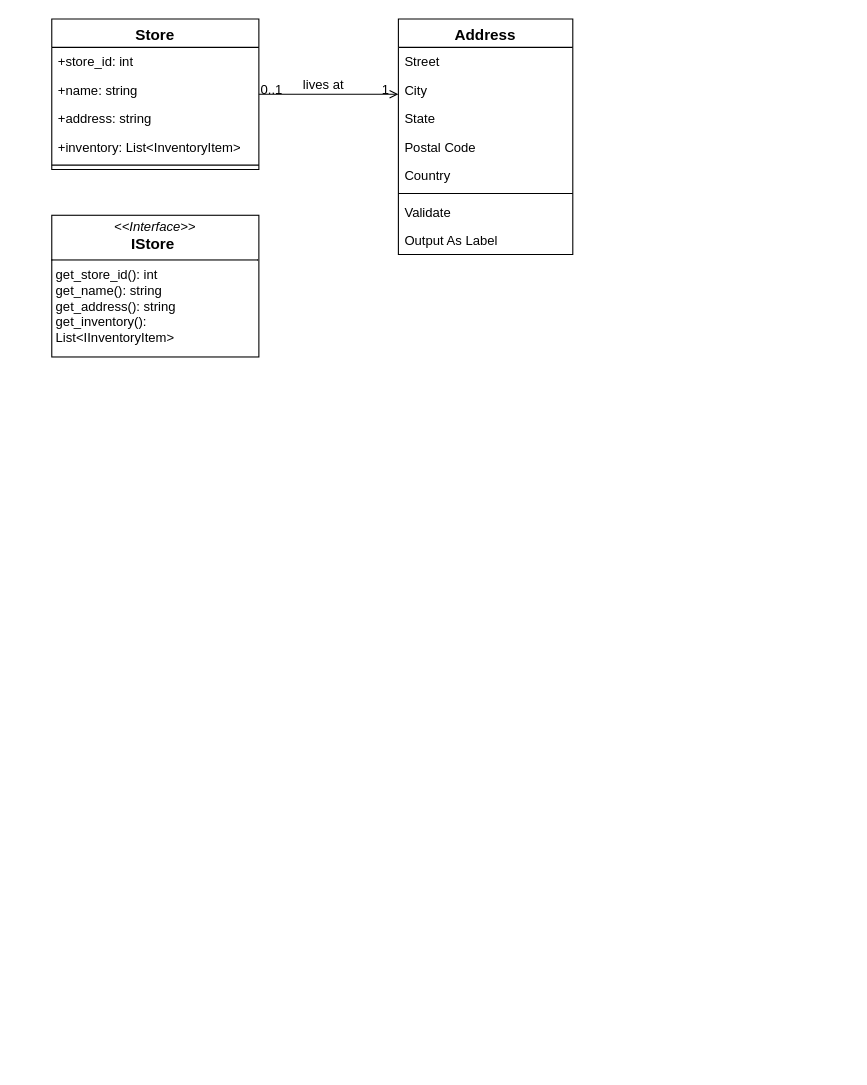
geeky-sanjay/class-diagrams keeps this draw.io diagram as Quick Commerce platform Class Diagram.drawio. Above is the earlier version. Source tidied: cells renumbered, new cells numbered last; positions are measured from the earlier drawing's top-left corner, leaving out a move shared by most shapes. Both pictures are drawn from the tidied source at 109%, with x=0, y=0 at pixel (51, 19).
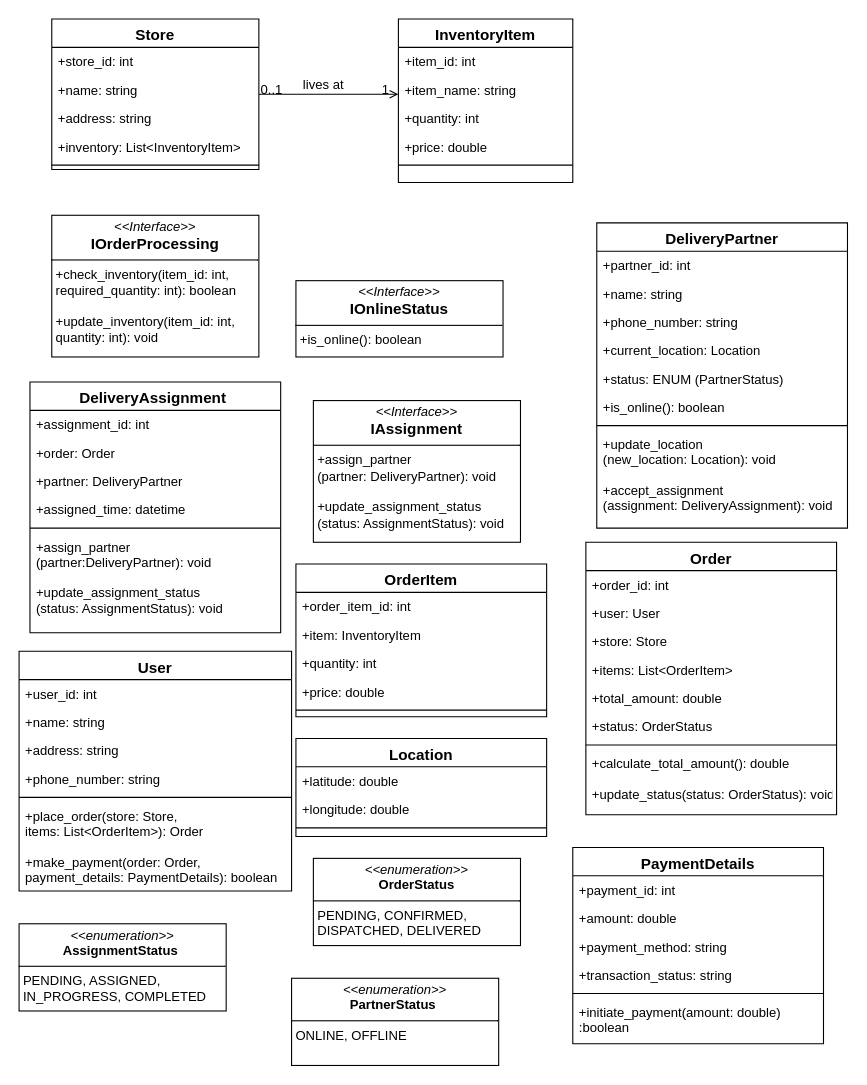
Above is the later version.

Diff of the diagram source:
```diff
@@
-    <mxCell id="8" value="Address" style="swimlane;fontStyle=1;align=center;verticalAlign=top;horizontal=1;startSize=26;rounded=0;shadow=0;strokeWidth=1;fontSize=14;" parent="1" vertex="1">
-      <mxGeometry x="318" width="160" height="216" as="geometry" />
+    <mxCell id="8" value="InventoryItem " style="swimlane;fontStyle=1;align=center;verticalAlign=top;horizontal=1;startSize=26;rounded=0;shadow=0;strokeWidth=1;fontSize=14;" parent="1" vertex="1">
+      <mxGeometry x="318" width="160" height="150" as="geometry" />
     </mxCell>
-    <mxCell id="9" value="Street" style="text;align=left;verticalAlign=top;spacingLeft=4;spacingRight=4;overflow=hidden;" parent="8" vertex="1">
+    <mxCell id="9" value="+item_id: int" style="text;align=left;verticalAlign=top;spacingLeft=4;spacingRight=4;overflow=hidden;" parent="8" vertex="1">
       <mxGeometry y="26" width="160" height="26" as="geometry" />
     </mxCell>
-    <mxCell id="10" value="City" style="text;align=left;verticalAlign=top;spacingLeft=4;spacingRight=4;overflow=hidden;rounded=0;shadow=0;html=0;" parent="8" vertex="1">
+    <mxCell id="10" value="+item_name: string" style="text;align=left;verticalAlign=top;spacingLeft=4;spacingRight=4;overflow=hidden;rounded=0;shadow=0;html=0;" parent="8" vertex="1">
       <mxGeometry y="52" width="160" height="26" as="geometry" />
     </mxCell>
-    <mxCell id="11" value="State" style="text;align=left;verticalAlign=top;spacingLeft=4;spacingRight=4;overflow=hidden;rounded=0;shadow=0;html=0;" parent="8" vertex="1">
+    <mxCell id="11" value="+quantity: int" style="text;align=left;verticalAlign=top;spacingLeft=4;spacingRight=4;overflow=hidden;rounded=0;shadow=0;html=0;" parent="8" vertex="1">
       <mxGeometry y="78" width="160" height="26" as="geometry" />
     </mxCell>
-    <mxCell id="12" value="Postal Code" style="text;align=left;verticalAlign=top;spacingLeft=4;spacingRight=4;overflow=hidden;rounded=0;shadow=0;html=0;" parent="8" vertex="1">
+    <mxCell id="12" value="+price: double" style="text;align=left;verticalAlign=top;spacingLeft=4;spacingRight=4;overflow=hidden;rounded=0;shadow=0;html=0;" parent="8" vertex="1">
       <mxGeometry y="104" width="160" height="26" as="geometry" />
     </mxCell>
-    <mxCell id="13" value="Country" style="text;align=left;verticalAlign=top;spacingLeft=4;spacingRight=4;overflow=hidden;rounded=0;shadow=0;html=0;" parent="8" vertex="1">
-      <mxGeometry y="130" width="160" height="26" as="geometry" />
-    </mxCell>
     <mxCell id="14" style="line;html=1;strokeWidth=1;align=left;verticalAlign=middle;spacingTop=-1;spacingLeft=3;spacingRight=3;labelPosition=right;" parent="8" vertex="1">
-      <mxGeometry y="156" width="160" height="8" as="geometry" />
+      <mxGeometry y="130" width="160" height="8" as="geometry" />
     </mxCell>
-    <mxCell id="15" value="Validate" style="text;align=left;verticalAlign=top;spacingLeft=4;spacingRight=4;overflow=hidden;" parent="8" vertex="1">
-      <mxGeometry y="164" width="160" height="26" as="geometry" />
-    </mxCell>
-    <mxCell id="16" value="Output As Label" style="text;align=left;verticalAlign=top;spacingLeft=4;spacingRight=4;overflow=hidden;" parent="8" vertex="1">
-      <mxGeometry y="190" width="160" height="26" as="geometry" />
-    </mxCell>
@@
-    <mxCell id="21" value="&lt;p style=&quot;margin:0px;margin-top:4px;text-align:center;&quot;&gt;&lt;i&gt;&amp;lt;&amp;lt;Interface&amp;gt;&amp;gt;&lt;/i&gt;&lt;br&gt;&lt;b&gt;&lt;font style=&quot;font-size: 14px;&quot;&gt;IStore&amp;nbsp;&lt;/font&gt;&lt;/b&gt;&lt;br&gt;&lt;/p&gt;&lt;hr size=&quot;1&quot; style=&quot;border-style:solid;&quot;&gt;&lt;p style=&quot;margin:0px;margin-left:4px;&quot;&gt;get_store_id(): int&lt;br&gt;&lt;/p&gt;&lt;p style=&quot;margin:0px;margin-left:4px;&quot;&gt;get_name(): string&lt;br&gt;get_address(): string&lt;br&gt;get_inventory(): List&amp;lt;IInventoryItem&amp;gt;&lt;br&gt;&lt;/p&gt;" style="verticalAlign=top;align=left;overflow=fill;html=1;whiteSpace=wrap;" parent="1" vertex="1">
+    <mxCell id="21" value="&lt;p style=&quot;margin:0px;margin-top:4px;text-align:center;&quot;&gt;&lt;i&gt;&amp;lt;&amp;lt;Interface&amp;gt;&amp;gt;&lt;/i&gt;&lt;br&gt;&lt;b&gt;&lt;font style=&quot;font-size: 14px;&quot;&gt;IOrderProcessing&lt;/font&gt;&lt;/b&gt;&lt;br&gt;&lt;/p&gt;&lt;hr size=&quot;1&quot; style=&quot;border-style:solid;&quot;&gt;&lt;p style=&quot;margin:0px;margin-left:4px;&quot;&gt;+check_inventory(item_id: int, required_quantity: int): boolean&lt;br&gt;&lt;/p&gt;&lt;p style=&quot;margin:0px;margin-left:4px;&quot;&gt;&lt;br&gt;&lt;/p&gt;&lt;p style=&quot;margin:0px;margin-left:4px;&quot;&gt;+update_inventory(item_id: int, quantity: int): void&lt;br&gt;&lt;/p&gt;" style="verticalAlign=top;align=left;overflow=fill;html=1;whiteSpace=wrap;" parent="1" vertex="1">
       <mxGeometry y="180" width="190" height="130" as="geometry" />
     </mxCell>
+    <mxCell id="22" value="&lt;p style=&quot;margin:0px;margin-top:4px;text-align:center;&quot;&gt;&lt;i&gt;&amp;lt;&amp;lt;Interface&amp;gt;&amp;gt;&lt;/i&gt;&lt;br&gt;&lt;b&gt;&lt;font style=&quot;font-size: 14px;&quot;&gt;IOnlineStatus&lt;/font&gt;&lt;/b&gt;&lt;br&gt;&lt;/p&gt;&lt;hr size=&quot;1&quot; style=&quot;border-style:solid;&quot;&gt;&lt;p style=&quot;margin:0px;margin-left:4px;&quot;&gt;+is_online(): boolean&lt;br&gt;&lt;/p&gt;" style="verticalAlign=top;align=left;overflow=fill;html=1;whiteSpace=wrap;" parent="1" vertex="1">
+      <mxGeometry x="224" y="240" width="190" height="70" as="geometry" />
+    </mxCell>
+    <mxCell id="23" value="DeliveryPartner" style="swimlane;fontStyle=1;align=center;verticalAlign=top;horizontal=1;startSize=26;rounded=0;shadow=0;strokeWidth=1;fontSize=14;" parent="1" vertex="1">
+      <mxGeometry x="500" y="187" width="230" height="280" as="geometry" />
+    </mxCell>
+    <mxCell id="24" value="+partner_id: int" style="text;align=left;verticalAlign=top;spacingLeft=4;spacingRight=4;overflow=hidden;" parent="23" vertex="1">
+      <mxGeometry y="26" width="230" height="26" as="geometry" />
+    </mxCell>
+    <mxCell id="25" value="+name: string" style="text;align=left;verticalAlign=top;spacingLeft=4;spacingRight=4;overflow=hidden;rounded=0;shadow=0;html=0;" parent="23" vertex="1">
+      <mxGeometry y="52" width="230" height="26" as="geometry" />
+    </mxCell>
+    <mxCell id="26" value="+phone_number: string" style="text;align=left;verticalAlign=top;spacingLeft=4;spacingRight=4;overflow=hidden;rounded=0;shadow=0;html=0;" parent="23" vertex="1">
+      <mxGeometry y="78" width="230" height="26" as="geometry" />
+    </mxCell>
+    <mxCell id="27" value="+current_location: Location" style="text;align=left;verticalAlign=top;spacingLeft=4;spacingRight=4;overflow=hidden;rounded=0;shadow=0;html=0;" parent="23" vertex="1">
+      <mxGeometry y="104" width="230" height="26" as="geometry" />
+    </mxCell>
+    <mxCell id="28" value="+status: ENUM (PartnerStatus)" style="text;align=left;verticalAlign=top;spacingLeft=4;spacingRight=4;overflow=hidden;rounded=0;shadow=0;html=0;" parent="23" vertex="1">
+      <mxGeometry y="130" width="230" height="26" as="geometry" />
+    </mxCell>
+    <mxCell id="29" value="+is_online(): boolean" style="text;align=left;verticalAlign=top;spacingLeft=4;spacingRight=4;overflow=hidden;rounded=0;shadow=0;html=0;" parent="23" vertex="1">
+      <mxGeometry y="156" width="230" height="26" as="geometry" />
+    </mxCell>
+    <mxCell id="30" style="line;html=1;strokeWidth=1;align=left;verticalAlign=middle;spacingTop=-1;spacingLeft=3;spacingRight=3;labelPosition=right;" parent="23" vertex="1">
+      <mxGeometry y="182" width="230" height="8" as="geometry" />
+    </mxCell>
+    <mxCell id="31" value="+update_location&#10;(new_location: Location): void&#10;&#10;+accept_assignment&#10;(assignment: DeliveryAssignment): void" style="text;align=left;verticalAlign=top;spacingLeft=4;spacingRight=4;overflow=hidden;" parent="23" vertex="1">
+      <mxGeometry y="190" width="230" height="90" as="geometry" />
+    </mxCell>
+    <mxCell id="32" value="DeliveryAssignment " style="swimlane;fontStyle=1;align=center;verticalAlign=top;horizontal=1;startSize=26;rounded=0;shadow=0;strokeWidth=1;fontSize=14;" parent="1" vertex="1">
+      <mxGeometry x="-20" y="333" width="230" height="230" as="geometry" />
+    </mxCell>
+    <mxCell id="33" value="+assignment_id: int" style="text;align=left;verticalAlign=top;spacingLeft=4;spacingRight=4;overflow=hidden;" parent="32" vertex="1">
+      <mxGeometry y="26" width="230" height="26" as="geometry" />
+    </mxCell>
+    <mxCell id="34" value="+order: Order" style="text;align=left;verticalAlign=top;spacingLeft=4;spacingRight=4;overflow=hidden;rounded=0;shadow=0;html=0;" parent="32" vertex="1">
+      <mxGeometry y="52" width="230" height="26" as="geometry" />
+    </mxCell>
+    <mxCell id="35" value="+partner: DeliveryPartner" style="text;align=left;verticalAlign=top;spacingLeft=4;spacingRight=4;overflow=hidden;rounded=0;shadow=0;html=0;" parent="32" vertex="1">
+      <mxGeometry y="78" width="230" height="26" as="geometry" />
+    </mxCell>
+    <mxCell id="36" value="+assigned_time: datetime" style="text;align=left;verticalAlign=top;spacingLeft=4;spacingRight=4;overflow=hidden;rounded=0;shadow=0;html=0;" parent="32" vertex="1">
+      <mxGeometry y="104" width="230" height="26" as="geometry" />
+    </mxCell>
+    <mxCell id="37" style="line;html=1;strokeWidth=1;align=left;verticalAlign=middle;spacingTop=-1;spacingLeft=3;spacingRight=3;labelPosition=right;" parent="32" vertex="1">
+      <mxGeometry y="130" width="230" height="8" as="geometry" />
+    </mxCell>
+    <mxCell id="38" value="+assign_partner&#10;(partner:DeliveryPartner): void&#10;&#10;+update_assignment_status&#10;(status: AssignmentStatus): void&#10;" style="text;align=left;verticalAlign=top;spacingLeft=4;spacingRight=4;overflow=hidden;" parent="32" vertex="1">
+      <mxGeometry y="138" width="230" height="92" as="geometry" />
+    </mxCell>
+    <mxCell id="39" value="&lt;p style=&quot;margin:0px;margin-top:4px;text-align:center;&quot;&gt;&lt;i&gt;&amp;lt;&amp;lt;Interface&amp;gt;&amp;gt;&lt;/i&gt;&lt;br&gt;&lt;span style=&quot;font-size: 14px;&quot;&gt;&lt;b&gt;IAssignment&lt;/b&gt;&lt;/span&gt;&lt;br&gt;&lt;/p&gt;&lt;hr size=&quot;1&quot; style=&quot;border-style:solid;&quot;&gt;&lt;p style=&quot;margin:0px;margin-left:4px;&quot;&gt;+assign_partner&lt;br&gt;(partner: DeliveryPartner): void&lt;br&gt;&lt;br&gt;&lt;/p&gt;&lt;p style=&quot;margin:0px;margin-left:4px;&quot;&gt;+update_assignment_status&lt;br&gt;(status: AssignmentStatus): void&lt;/p&gt;" style="verticalAlign=top;align=left;overflow=fill;html=1;whiteSpace=wrap;" parent="1" vertex="1">
+      <mxGeometry x="240" y="350" width="190" height="130" as="geometry" />
+    </mxCell>
+    <mxCell id="40" value="Order" style="swimlane;fontStyle=1;align=center;verticalAlign=top;horizontal=1;startSize=26;rounded=0;shadow=0;strokeWidth=1;fontSize=14;" parent="1" vertex="1">
+      <mxGeometry x="490" y="480" width="230" height="250" as="geometry" />
+    </mxCell>
+    <mxCell id="41" value="+order_id: int" style="text;align=left;verticalAlign=top;spacingLeft=4;spacingRight=4;overflow=hidden;" parent="40" vertex="1">
+      <mxGeometry y="26" width="230" height="26" as="geometry" />
+    </mxCell>
+    <mxCell id="42" value="+user: User" style="text;align=left;verticalAlign=top;spacingLeft=4;spacingRight=4;overflow=hidden;rounded=0;shadow=0;html=0;" parent="40" vertex="1">
+      <mxGeometry y="52" width="230" height="26" as="geometry" />
+    </mxCell>
+    <mxCell id="43" value="+store: Store" style="text;align=left;verticalAlign=top;spacingLeft=4;spacingRight=4;overflow=hidden;rounded=0;shadow=0;html=0;" parent="40" vertex="1">
+      <mxGeometry y="78" width="230" height="26" as="geometry" />
+    </mxCell>
+    <mxCell id="44" value="+items: List&lt;OrderItem&gt;" style="text;align=left;verticalAlign=top;spacingLeft=4;spacingRight=4;overflow=hidden;rounded=0;shadow=0;html=0;" parent="40" vertex="1">
+      <mxGeometry y="104" width="230" height="26" as="geometry" />
+    </mxCell>
+    <mxCell id="45" value="+total_amount: double" style="text;align=left;verticalAlign=top;spacingLeft=4;spacingRight=4;overflow=hidden;rounded=0;shadow=0;html=0;" parent="40" vertex="1">
+      <mxGeometry y="130" width="230" height="26" as="geometry" />
+    </mxCell>
+    <mxCell id="46" value="+status: OrderStatus" style="text;align=left;verticalAlign=top;spacingLeft=4;spacingRight=4;overflow=hidden;rounded=0;shadow=0;html=0;" parent="40" vertex="1">
+      <mxGeometry y="156" width="230" height="26" as="geometry" />
+    </mxCell>
+    <mxCell id="47" style="line;html=1;strokeWidth=1;align=left;verticalAlign=middle;spacingTop=-1;spacingLeft=3;spacingRight=3;labelPosition=right;" parent="40" vertex="1">
+      <mxGeometry y="182" width="230" height="8" as="geometry" />
+    </mxCell>
+    <mxCell id="48" value="+calculate_total_amount(): double&#10;&#10;+update_status(status: OrderStatus): void" style="text;align=left;verticalAlign=top;spacingLeft=4;spacingRight=4;overflow=hidden;" parent="40" vertex="1">
+      <mxGeometry y="190" width="230" height="60" as="geometry" />
+    </mxCell>
+    <mxCell id="49" value="OrderItem" style="swimlane;fontStyle=1;align=center;verticalAlign=top;horizontal=1;startSize=26;rounded=0;shadow=0;strokeWidth=1;fontSize=14;" parent="1" vertex="1">
+      <mxGeometry x="224" y="500" width="230" height="140" as="geometry" />
+    </mxCell>
+    <mxCell id="50" value="+order_item_id: int" style="text;align=left;verticalAlign=top;spacingLeft=4;spacingRight=4;overflow=hidden;" parent="49" vertex="1">
+      <mxGeometry y="26" width="230" height="26" as="geometry" />
+    </mxCell>
+    <mxCell id="51" value="+item: InventoryItem" style="text;align=left;verticalAlign=top;spacingLeft=4;spacingRight=4;overflow=hidden;rounded=0;shadow=0;html=0;" parent="49" vertex="1">
+      <mxGeometry y="52" width="230" height="26" as="geometry" />
+    </mxCell>
+    <mxCell id="52" value="+quantity: int" style="text;align=left;verticalAlign=top;spacingLeft=4;spacingRight=4;overflow=hidden;rounded=0;shadow=0;html=0;" parent="49" vertex="1">
+      <mxGeometry y="78" width="230" height="26" as="geometry" />
+    </mxCell>
+    <mxCell id="53" value="+price: double" style="text;align=left;verticalAlign=top;spacingLeft=4;spacingRight=4;overflow=hidden;rounded=0;shadow=0;html=0;" parent="49" vertex="1">
+      <mxGeometry y="104" width="230" height="26" as="geometry" />
+    </mxCell>
+    <mxCell id="54" style="line;html=1;strokeWidth=1;align=left;verticalAlign=middle;spacingTop=-1;spacingLeft=3;spacingRight=3;labelPosition=right;" parent="49" vertex="1">
+      <mxGeometry y="130" width="230" height="8" as="geometry" />
+    </mxCell>
+    <mxCell id="55" value="User" style="swimlane;fontStyle=1;align=center;verticalAlign=top;horizontal=1;startSize=26;rounded=0;shadow=0;strokeWidth=1;fontSize=14;" parent="1" vertex="1">
+      <mxGeometry x="-30" y="580" width="250" height="220" as="geometry" />
+    </mxCell>
+    <mxCell id="56" value="+user_id: int" style="text;align=left;verticalAlign=top;spacingLeft=4;spacingRight=4;overflow=hidden;" parent="55" vertex="1">
+      <mxGeometry y="26" width="250" height="26" as="geometry" />
+    </mxCell>
+    <mxCell id="57" value="+name: string" style="text;align=left;verticalAlign=top;spacingLeft=4;spacingRight=4;overflow=hidden;rounded=0;shadow=0;html=0;" parent="55" vertex="1">
+      <mxGeometry y="52" width="250" height="26" as="geometry" />
+    </mxCell>
+    <mxCell id="58" value="+address: string" style="text;align=left;verticalAlign=top;spacingLeft=4;spacingRight=4;overflow=hidden;rounded=0;shadow=0;html=0;" parent="55" vertex="1">
+      <mxGeometry y="78" width="250" height="26" as="geometry" />
+    </mxCell>
+    <mxCell id="59" value="+phone_number: string" style="text;align=left;verticalAlign=top;spacingLeft=4;spacingRight=4;overflow=hidden;rounded=0;shadow=0;html=0;" parent="55" vertex="1">
+      <mxGeometry y="104" width="250" height="26" as="geometry" />
+    </mxCell>
+    <mxCell id="60" style="line;html=1;strokeWidth=1;align=left;verticalAlign=middle;spacingTop=-1;spacingLeft=3;spacingRight=3;labelPosition=right;" parent="55" vertex="1">
+      <mxGeometry y="130" width="250" height="8" as="geometry" />
+    </mxCell>
+    <mxCell id="61" value="+place_order(store: Store, &#10;items: List&lt;OrderItem&gt;): Order&#10;&#10;+make_payment(order: Order, &#10;payment_details: PaymentDetails): boolean" style="text;align=left;verticalAlign=top;spacingLeft=4;spacingRight=4;overflow=hidden;" parent="55" vertex="1">
+      <mxGeometry y="138" width="250" height="82" as="geometry" />
+    </mxCell>
+    <mxCell id="62" value="Location" style="swimlane;fontStyle=1;align=center;verticalAlign=top;horizontal=1;startSize=26;rounded=0;shadow=0;strokeWidth=1;fontSize=14;" parent="1" vertex="1">
+      <mxGeometry x="224" y="660" width="230" height="90" as="geometry" />
+    </mxCell>
+    <mxCell id="63" value="+latitude: double" style="text;align=left;verticalAlign=top;spacingLeft=4;spacingRight=4;overflow=hidden;" parent="62" vertex="1">
+      <mxGeometry y="26" width="230" height="26" as="geometry" />
+    </mxCell>
+    <mxCell id="64" value="+longitude: double" style="text;align=left;verticalAlign=top;spacingLeft=4;spacingRight=4;overflow=hidden;rounded=0;shadow=0;html=0;" parent="62" vertex="1">
+      <mxGeometry y="52" width="230" height="26" as="geometry" />
+    </mxCell>
+    <mxCell id="65" style="line;html=1;strokeWidth=1;align=left;verticalAlign=middle;spacingTop=-1;spacingLeft=3;spacingRight=3;labelPosition=right;" parent="62" vertex="1">
+      <mxGeometry y="78" width="230" height="8" as="geometry" />
+    </mxCell>
+    <mxCell id="66" value="PaymentDetails" style="swimlane;fontStyle=1;align=center;verticalAlign=top;horizontal=1;startSize=26;rounded=0;shadow=0;strokeWidth=1;fontSize=14;" parent="1" vertex="1">
+      <mxGeometry x="478" y="760" width="230" height="180" as="geometry" />
+    </mxCell>
+    <mxCell id="67" value="+payment_id: int" style="text;align=left;verticalAlign=top;spacingLeft=4;spacingRight=4;overflow=hidden;" parent="66" vertex="1">
+      <mxGeometry y="26" width="230" height="26" as="geometry" />
+    </mxCell>
+    <mxCell id="68" value="+amount: double" style="text;align=left;verticalAlign=top;spacingLeft=4;spacingRight=4;overflow=hidden;rounded=0;shadow=0;html=0;" parent="66" vertex="1">
+      <mxGeometry y="52" width="230" height="26" as="geometry" />
+    </mxCell>
+    <mxCell id="69" value="+payment_method: string" style="text;align=left;verticalAlign=top;spacingLeft=4;spacingRight=4;overflow=hidden;rounded=0;shadow=0;html=0;" parent="66" vertex="1">
+      <mxGeometry y="78" width="230" height="26" as="geometry" />
+    </mxCell>
+    <mxCell id="70" value="+transaction_status: string" style="text;align=left;verticalAlign=top;spacingLeft=4;spacingRight=4;overflow=hidden;rounded=0;shadow=0;html=0;" parent="66" vertex="1">
+      <mxGeometry y="104" width="230" height="26" as="geometry" />
+    </mxCell>
+    <mxCell id="71" style="line;html=1;strokeWidth=1;align=left;verticalAlign=middle;spacingTop=-1;spacingLeft=3;spacingRight=3;labelPosition=right;" parent="66" vertex="1">
+      <mxGeometry y="130" width="230" height="8" as="geometry" />
+    </mxCell>
+    <mxCell id="72" value="+initiate_payment(amount: double)&#10;:boolean" style="text;align=left;verticalAlign=top;spacingLeft=4;spacingRight=4;overflow=hidden;" parent="66" vertex="1">
+      <mxGeometry y="138" width="230" height="42" as="geometry" />
+    </mxCell>
+    <mxCell id="73" value="&lt;p style=&quot;margin:0px;margin-top:4px;text-align:center;&quot;&gt;&lt;i&gt;&amp;lt;&amp;lt;enumeration&amp;gt;&amp;gt;&lt;/i&gt;&lt;br&gt;&lt;span style=&quot;background-color: initial; text-align: left;&quot;&gt;&lt;b&gt;OrderStatus&lt;/b&gt;&lt;/span&gt;&lt;br&gt;&lt;/p&gt;&lt;hr size=&quot;1&quot; style=&quot;border-style:solid;&quot;&gt;&lt;p style=&quot;margin:0px;margin-left:4px;&quot;&gt;PENDING, CONFIRMED, DISPATCHED, DELIVERED&lt;br&gt;&lt;/p&gt;" style="verticalAlign=top;align=left;overflow=fill;html=1;whiteSpace=wrap;" parent="1" vertex="1">
+      <mxGeometry x="240" y="770" width="190" height="80" as="geometry" />
+    </mxCell>
+    <mxCell id="74" value="&lt;p style=&quot;margin:0px;margin-top:4px;text-align:center;&quot;&gt;&lt;i&gt;&amp;lt;&amp;lt;enumeration&amp;gt;&amp;gt;&lt;/i&gt;&lt;br&gt;&lt;b&gt;AssignmentStatus&amp;nbsp;&lt;/b&gt;&lt;br&gt;&lt;/p&gt;&lt;hr size=&quot;1&quot; style=&quot;border-style:solid;&quot;&gt;&lt;p style=&quot;margin:0px;margin-left:4px;&quot;&gt;PENDING, ASSIGNED, IN_PROGRESS, COMPLETED&lt;br&gt;&lt;/p&gt;" style="verticalAlign=top;align=left;overflow=fill;html=1;whiteSpace=wrap;" parent="1" vertex="1">
+      <mxGeometry x="-30" y="830" width="190" height="80" as="geometry" />
+    </mxCell>
+    <mxCell id="75" value="&lt;p style=&quot;margin:0px;margin-top:4px;text-align:center;&quot;&gt;&lt;i&gt;&amp;lt;&amp;lt;enumeration&amp;gt;&amp;gt;&lt;/i&gt;&lt;br&gt;&lt;b&gt;PartnerStatus&amp;nbsp;&lt;/b&gt;&lt;br&gt;&lt;/p&gt;&lt;hr size=&quot;1&quot; style=&quot;border-style:solid;&quot;&gt;&lt;p style=&quot;margin:0px;margin-left:4px;&quot;&gt;ONLINE,&amp;nbsp;&lt;span style=&quot;background-color: initial;&quot;&gt;OFFLINE&lt;/span&gt;&lt;/p&gt;" style="verticalAlign=top;align=left;overflow=fill;html=1;whiteSpace=wrap;" parent="1" vertex="1">
+      <mxGeometry x="220" y="880" width="190" height="80" as="geometry" />
+    </mxCell>
```
